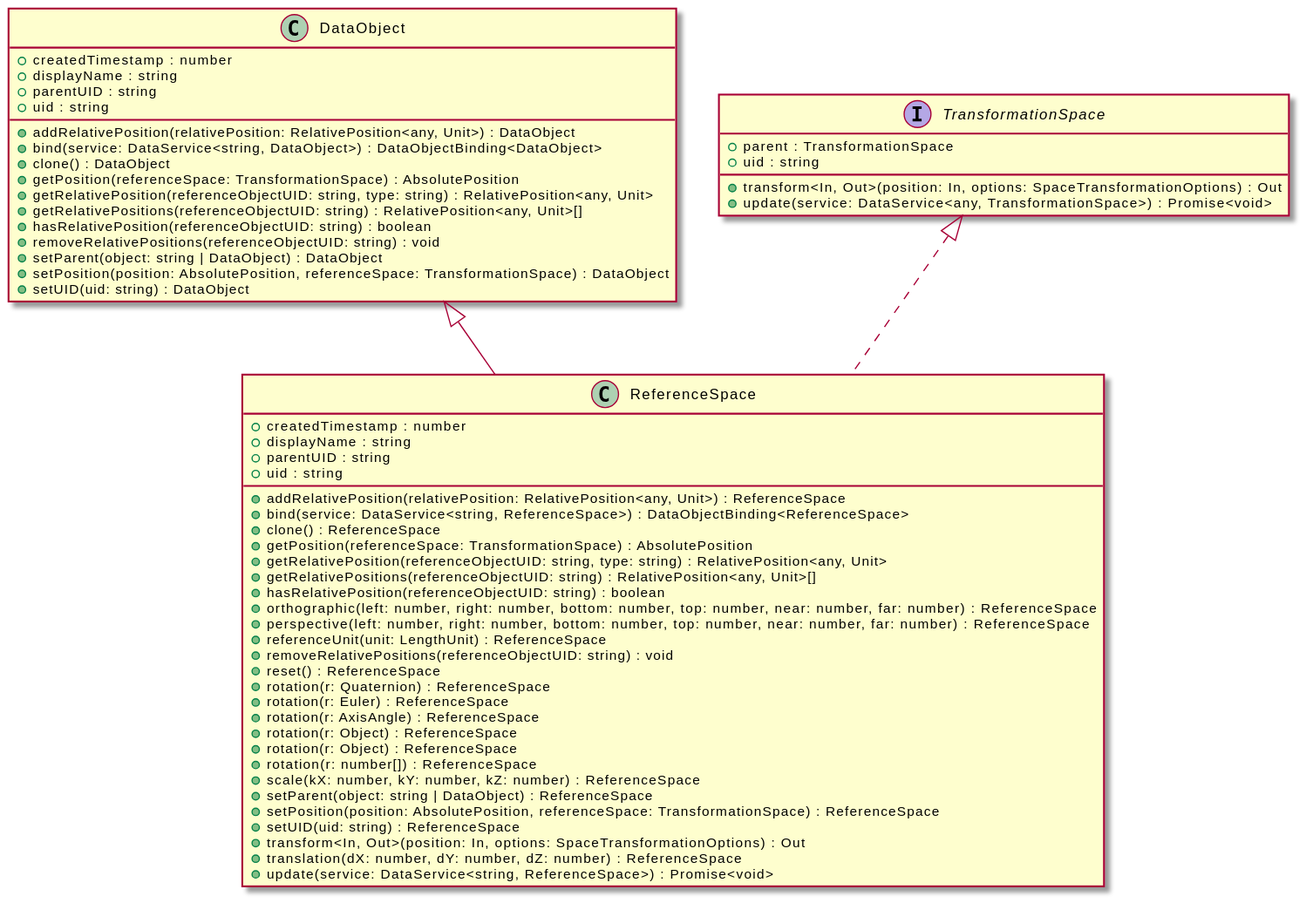
Before: assets/ReferenceSpace-umlClassDiagram-3265.svg, a diagram exported from PlantUML (OpenHPS/openhps-core).
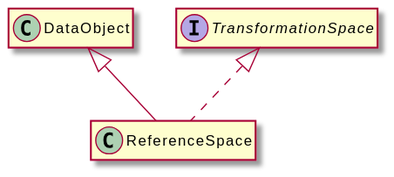
The same diagram one commit later.

Diff of the diagram source:
```diff
@@ -3,59 +3,11 @@
 hide empty methods
 hide empty fields
 class "ReferenceSpace" {
-    +createdTimestamp : number
-    +displayName : string
-    +parentUID : string
-    +uid : string
-    +addRelativePosition(relativePosition: RelativePosition<any, Unit>) : ReferenceSpace
-    +bind(service: DataService<string, ReferenceSpace>) : DataObjectBinding<ReferenceSpace>
-    +clone() : ReferenceSpace
-    +getPosition(referenceSpace: TransformationSpace) : AbsolutePosition
-    +getRelativePosition(referenceObjectUID: string, type: string) : RelativePosition<any, Unit>
-    +getRelativePositions(referenceObjectUID: string) : RelativePosition<any, Unit>[]
-    +hasRelativePosition(referenceObjectUID: string) : boolean
-    +orthographic(left: number, right: number, bottom: number, top: number, near: number, far: number) : ReferenceSpace
-    +perspective(left: number, right: number, bottom: number, top: number, near: number, far: number) : ReferenceSpace
-    +referenceUnit(unit: LengthUnit) : ReferenceSpace
-    +removeRelativePositions(referenceObjectUID: string) : void
-    +reset() : ReferenceSpace
-    +rotation(r: Quaternion) : ReferenceSpace
-    +rotation(r: Euler) : ReferenceSpace
-    +rotation(r: AxisAngle) : ReferenceSpace
-    +rotation(r: Object) : ReferenceSpace
-    +rotation(r: Object) : ReferenceSpace
-    +rotation(r: number[]) : ReferenceSpace
-    +scale(kX: number, kY: number, kZ: number) : ReferenceSpace
-    +setParent(object: string | DataObject) : ReferenceSpace
-    +setPosition(position: AbsolutePosition, referenceSpace: TransformationSpace) : ReferenceSpace
-    +setUID(uid: string) : ReferenceSpace
-    +transform<In, Out>(position: In, options: SpaceTransformationOptions) : Out
-    +translation(dX: number, dY: number, dZ: number) : ReferenceSpace
-    +update(service: DataService<string, ReferenceSpace>) : Promise<void>
 }
 class "DataObject" {
-    +createdTimestamp : number
-    +displayName : string
-    +parentUID : string
-    +uid : string
-    +addRelativePosition(relativePosition: RelativePosition<any, Unit>) : DataObject
-    +bind(service: DataService<string, DataObject>) : DataObjectBinding<DataObject>
-    +clone() : DataObject
-    +getPosition(referenceSpace: TransformationSpace) : AbsolutePosition
-    +getRelativePosition(referenceObjectUID: string, type: string) : RelativePosition<any, Unit>
-    +getRelativePositions(referenceObjectUID: string) : RelativePosition<any, Unit>[]
-    +hasRelativePosition(referenceObjectUID: string) : boolean
-    +removeRelativePositions(referenceObjectUID: string) : void
-    +setParent(object: string | DataObject) : DataObject
-    +setPosition(position: AbsolutePosition, referenceSpace: TransformationSpace) : DataObject
-    +setUID(uid: string) : DataObject
 }
 "DataObject" <|-- "ReferenceSpace"
 interface "TransformationSpace" {
-    +parent : TransformationSpace
-    +uid : string
-    +transform<In, Out>(position: In, options: SpaceTransformationOptions) : Out
-    +update(service: DataService<any, TransformationSpace>) : Promise<void>
 }
 "TransformationSpace" <|.. "ReferenceSpace"
 @enduml
```
